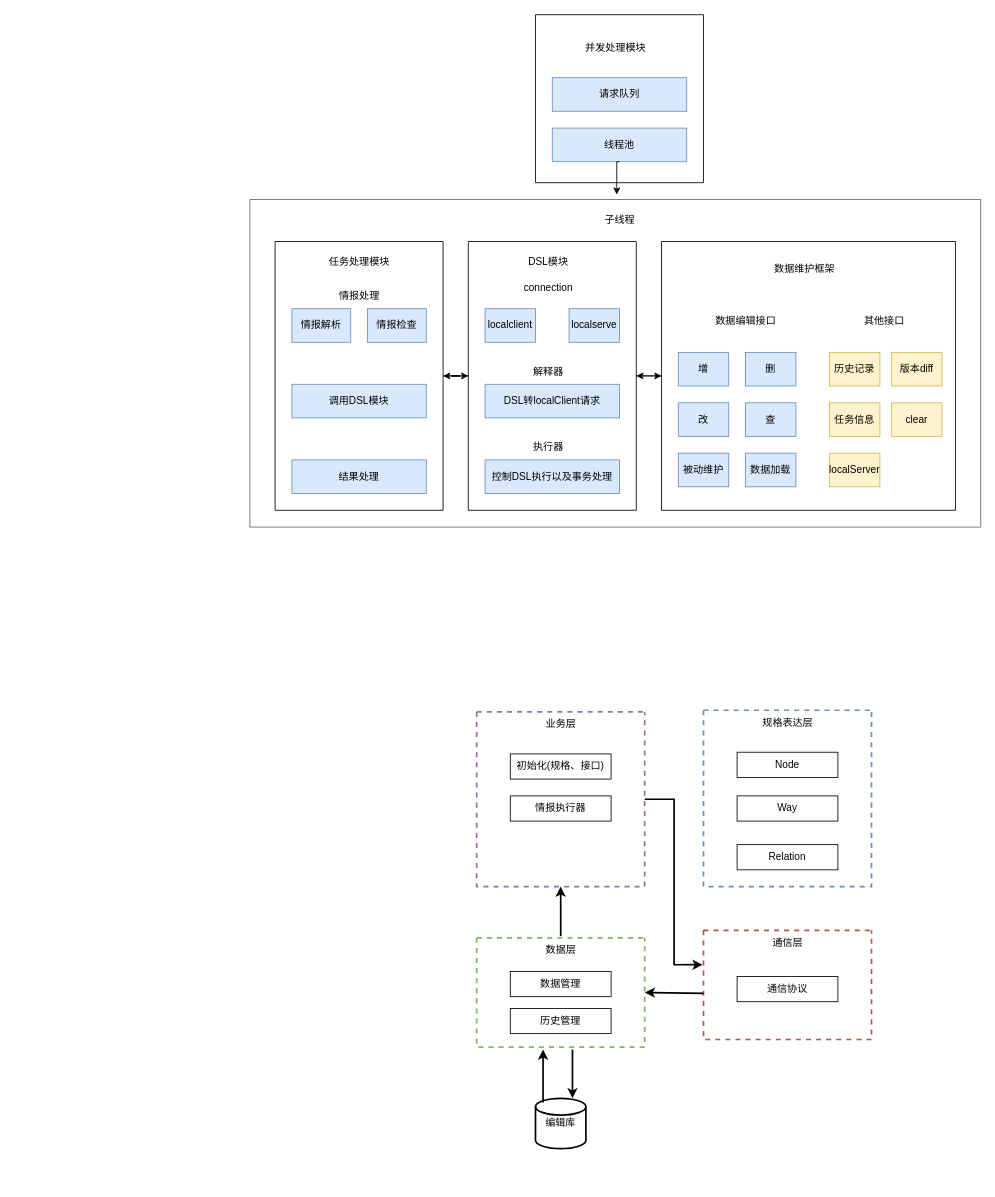
The draw.io diagram kunyu-auto-server/前端自动化服务架构图.drawio in chaijinsong/draw.io, before the edit. Source tidied: cells renumbered, new cells numbered last; positions are measured from the earlier drawing's top-left corner, leaving out a move shared by most shapes. Both pictures are drawn from the tidied source at 84%, with x=0, y=0 at pixel (249, 14).
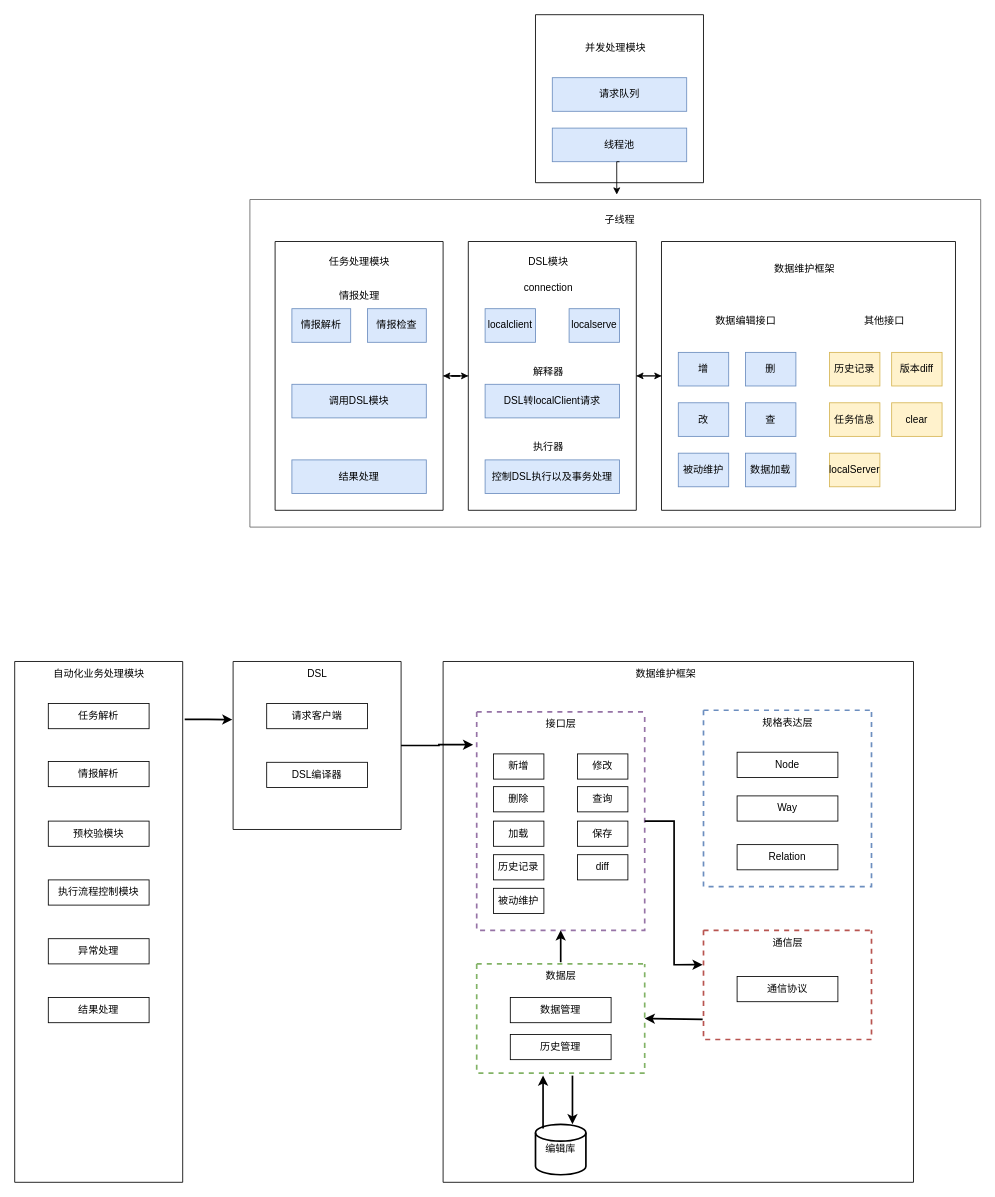
After the change.

Commit message:
更新前端自动化服务架构图.drawio

Unchanged cells that the change refers to:
```xml
<mxCell id="49" style="swimlane;startSize=0;fillColor=#f8cecc;strokeColor=#b85450;strokeWidth=2;dashed=1;" parent="1" vertex="1">
  <mxGeometry x="540" y="1090" width="200" height="130" as="geometry" />
</mxCell>
```

Change to the diagram source:
```diff
@@
     <mxCell id="52" style="swimlane;startSize=0;fillColor=#d5e8d4;strokeColor=#82b366;strokeWidth=2;dashed=1;" parent="1" vertex="1">
-      <mxGeometry x="270" y="1099" width="200" height="130" as="geometry" />
+      <mxGeometry x="270" y="1130" width="200" height="130" as="geometry" />
     </mxCell>
@@
     <mxCell id="56" value="编辑库" style="strokeWidth=2;html=1;shape=mxgraph.flowchart.database;whiteSpace=wrap;" parent="1" vertex="1">
-      <mxGeometry x="340" y="1290" width="60" height="60" as="geometry" />
+      <mxGeometry x="340" y="1321" width="60" height="60" as="geometry" />
     </mxCell>
@@
     <mxCell id="58" style="endArrow=classic;html=1;rounded=0;strokeWidth=2;exitX=0.57;exitY=1.023;exitDx=0;exitDy=0;exitPerimeter=0;" parent="1" edge="1" source="52">
       <mxGeometry relative="1" as="geometry">
-        <mxPoint x="384" y="1290" as="targetPoint" />
+        <mxPoint x="384" y="1321" as="targetPoint" />
       </mxGeometry>
     </mxCell>
-    <mxCell id="59" style="endArrow=classic;html=1;rounded=0;strokeWidth=2;entryX=1;entryY=0.5;entryDx=0;entryDy=0;exitX=0;exitY=0.577;exitDx=0;exitDy=0;exitPerimeter=0;" parent="1" edge="1" source="49" target="52">
+    <mxCell id="59" style="endArrow=classic;html=1;rounded=0;strokeWidth=2;entryX=1;entryY=0.5;entryDx=0;entryDy=0;exitX=-0.005;exitY=0.815;exitDx=0;exitDy=0;exitPerimeter=0;" parent="1" edge="1" source="49" target="52">
       <mxGeometry relative="1" as="geometry" />
     </mxCell>
     <mxCell id="60" style="swimlane;startSize=0;fillColor=#e1d5e7;strokeColor=#9673a6;strokeWidth=2;dashed=1;" parent="1" vertex="1">
-      <mxGeometry x="270" y="830" width="200" height="208" as="geometry" />
+      <mxGeometry x="270" y="830" width="200" height="260" as="geometry" />
     </mxCell>
-    <mxCell id="61" value="业务层" style="text;html=1;align=center;verticalAlign=middle;strokeColor=none;fillColor=none;" parent="60" vertex="1">
+    <mxCell id="61" value="接口层" style="text;html=1;align=center;verticalAlign=middle;strokeColor=none;fillColor=none;" parent="60" vertex="1">
       <mxGeometry x="70" width="60" height="30" as="geometry" />
     </mxCell>
-    <mxCell id="62" value="初始化(规格、接口)" style="rounded=0;whiteSpace=wrap;html=1;" parent="60" vertex="1">
-      <mxGeometry x="40" y="50" width="120" height="30" as="geometry" />
+    <mxCell id="62" value="新增" style="rounded=0;whiteSpace=wrap;html=1;" parent="60" vertex="1">
+      <mxGeometry x="20" y="50" width="60" height="30" as="geometry" />
     </mxCell>
-    <mxCell id="63" value="情报执行器" style="rounded=0;whiteSpace=wrap;html=1;" parent="60" vertex="1">
-      <mxGeometry x="40" y="100" width="120" height="30" as="geometry" />
-    </mxCell>
+    <mxCell id="66" value="修改" style="rounded=0;whiteSpace=wrap;html=1;" parent="60" vertex="1">
+      <mxGeometry x="120" y="50" width="60" height="30" as="geometry" />
+    </mxCell>
+    <mxCell id="67" value="删除" style="rounded=0;whiteSpace=wrap;html=1;" parent="60" vertex="1">
+      <mxGeometry x="20" y="89" width="60" height="30" as="geometry" />
+    </mxCell>
+    <mxCell id="68" value="查询" style="rounded=0;whiteSpace=wrap;html=1;" parent="60" vertex="1">
+      <mxGeometry x="120" y="89" width="60" height="30" as="geometry" />
+    </mxCell>
+    <mxCell id="69" value="加载" style="rounded=0;whiteSpace=wrap;html=1;" parent="60" vertex="1">
+      <mxGeometry x="20" y="130" width="60" height="30" as="geometry" />
+    </mxCell>
+    <mxCell id="70" value="保存" style="rounded=0;whiteSpace=wrap;html=1;" parent="60" vertex="1">
+      <mxGeometry x="120" y="130" width="60" height="30" as="geometry" />
+    </mxCell>
+    <mxCell id="71" value="历史记录" style="rounded=0;whiteSpace=wrap;html=1;" parent="60" vertex="1">
+      <mxGeometry x="20" y="170" width="60" height="30" as="geometry" />
+    </mxCell>
+    <mxCell id="72" value="diff" style="rounded=0;whiteSpace=wrap;html=1;" parent="60" vertex="1">
+      <mxGeometry x="120" y="170" width="60" height="30" as="geometry" />
+    </mxCell>
+    <mxCell id="73" value="被动维护" style="rounded=0;whiteSpace=wrap;html=1;" parent="60" vertex="1">
+      <mxGeometry x="20" y="210" width="60" height="30" as="geometry" />
+    </mxCell>
@@
+    <mxCell id="74" style="swimlane;startSize=0;" parent="1" vertex="1">
+      <mxGeometry x="230" y="770" width="560" height="620" as="geometry" />
+    </mxCell>
+    <mxCell id="75" value="数据维护框架" style="text;html=1;align=center;verticalAlign=middle;strokeColor=none;fillColor=none;" parent="74" vertex="1">
+      <mxGeometry x="215" width="100" height="30" as="geometry" />
+    </mxCell>
+    <mxCell id="76" style="swimlane;startSize=0;" parent="1" vertex="1">
+      <mxGeometry x="-20" y="770" width="200" height="200" as="geometry" />
+    </mxCell>
+    <mxCell id="77" value="DSL" style="text;html=1;align=center;verticalAlign=middle;strokeColor=none;fillColor=none;" parent="76" vertex="1">
+      <mxGeometry x="75" width="50" height="30" as="geometry" />
+    </mxCell>
+    <mxCell id="78" value="请求客户端" style="rounded=0;whiteSpace=wrap;html=1;" parent="76" vertex="1">
+      <mxGeometry x="40" y="50" width="120" height="30" as="geometry" />
+    </mxCell>
+    <mxCell id="79" value="DSL编译器" style="rounded=0;whiteSpace=wrap;html=1;" parent="76" vertex="1">
+      <mxGeometry x="40" y="120" width="120" height="30" as="geometry" />
+    </mxCell>
+    <mxCell id="80" style="edgeStyle=orthogonalEdgeStyle;rounded=0;jettySize=auto;html=1;exitX=1;exitY=0.5;exitDx=0;exitDy=0;entryX=-0.021;entryY=0.15;entryDx=0;entryDy=0;entryPerimeter=0;strokeWidth=2;" parent="1" edge="1" source="76" target="60">
+      <mxGeometry relative="1" as="geometry" />
+    </mxCell>
+    <mxCell id="81" style="swimlane;startSize=0;" parent="1" vertex="1">
+      <mxGeometry x="-280" y="770" width="200" height="620" as="geometry" />
+    </mxCell>
+    <mxCell id="82" value="任务解析" style="rounded=0;whiteSpace=wrap;html=1;" parent="81" vertex="1">
+      <mxGeometry x="40" y="50" width="120" height="30" as="geometry" />
+    </mxCell>
+    <mxCell id="83" value="情报解析" style="rounded=0;whiteSpace=wrap;html=1;" parent="81" vertex="1">
+      <mxGeometry x="40" y="119" width="120" height="30" as="geometry" />
+    </mxCell>
+    <mxCell id="84" value="预校验模块" style="rounded=0;whiteSpace=wrap;html=1;" parent="81" vertex="1">
+      <mxGeometry x="40" y="190" width="120" height="30" as="geometry" />
+    </mxCell>
+    <mxCell id="85" value="执行流程控制模块" style="rounded=0;whiteSpace=wrap;html=1;" parent="81" vertex="1">
+      <mxGeometry x="40" y="260" width="120" height="30" as="geometry" />
+    </mxCell>
+    <mxCell id="86" value="异常处理" style="rounded=0;whiteSpace=wrap;html=1;" parent="81" vertex="1">
+      <mxGeometry x="40" y="330" width="120" height="30" as="geometry" />
+    </mxCell>
+    <mxCell id="87" value="结果处理" style="rounded=0;whiteSpace=wrap;html=1;" parent="81" vertex="1">
+      <mxGeometry x="40" y="400" width="120" height="30" as="geometry" />
+    </mxCell>
+    <mxCell id="88" value="自动化业务处理模块" style="text;html=1;align=center;verticalAlign=middle;strokeColor=none;fillColor=none;" parent="81" vertex="1">
+      <mxGeometry x="35" width="130" height="30" as="geometry" />
+    </mxCell>
+    <mxCell id="89" style="edgeStyle=orthogonalEdgeStyle;rounded=0;jettySize=auto;html=1;entryX=-0.004;entryY=0.346;entryDx=0;entryDy=0;entryPerimeter=0;strokeWidth=2;exitX=1.012;exitY=0.111;exitDx=0;exitDy=0;exitPerimeter=0;" parent="1" edge="1" source="81" target="76">
+      <mxGeometry relative="1" as="geometry" />
+    </mxCell>
```
